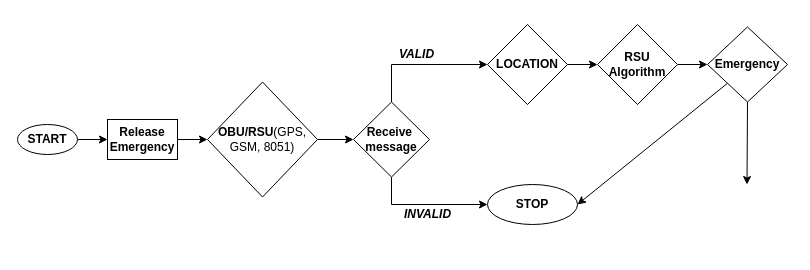
The draw.io diagram page "Page-1" (1 of 2) of WASN.drawio in sarthak100301/FlowCharts, before the edit. Source tidied: cells renumbered, new cells numbered last; positions are measured from the earlier drawing's top-left corner, leaving out a move shared by most shapes. Both pictures are drawn from the tidied source at 100%, with x=0, y=0 at pixel (17, 24).
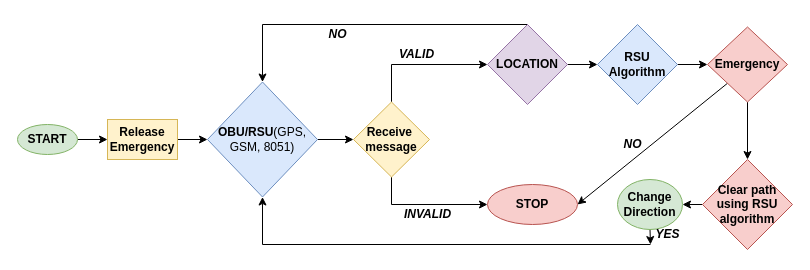
After the change.

Change to the diagram source:
```diff
@@
-    <mxCell id="3" value="&lt;b&gt;START&lt;/b&gt;" style="ellipse;whiteSpace=wrap;html=1;" parent="1" vertex="1">
+    <mxCell id="3" value="&lt;b&gt;START&lt;/b&gt;" style="ellipse;whiteSpace=wrap;html=1;fillColor=#d5e8d4;strokeColor=#82b366;" parent="1" vertex="1">
       <mxGeometry y="100" width="60" height="30" as="geometry" />
     </mxCell>
@@
-    <mxCell id="5" value="&lt;b&gt;Release Emergency&lt;/b&gt;" style="rounded=0;whiteSpace=wrap;html=1;" parent="1" vertex="1">
+    <mxCell id="5" value="&lt;b&gt;Release Emergency&lt;/b&gt;" style="rounded=0;whiteSpace=wrap;html=1;fillColor=#fff2cc;strokeColor=#d6b656;" parent="1" vertex="1">
       <mxGeometry x="90" y="95" width="70" height="40" as="geometry" />
     </mxCell>
@@
-    <mxCell id="7" value="&lt;b&gt;OBU/RSU&lt;/b&gt;(GPS, GSM, 8051)" style="rhombus;whiteSpace=wrap;html=1;" parent="1" vertex="1">
+    <mxCell id="7" value="&lt;b&gt;OBU/RSU&lt;/b&gt;(GPS, GSM, 8051)" style="rhombus;whiteSpace=wrap;html=1;fillColor=#dae8fc;strokeColor=#6c8ebf;" parent="1" vertex="1">
       <mxGeometry x="190" y="57.5" width="110" height="115" as="geometry" />
     </mxCell>
@@
-    <mxCell id="10" value="&lt;b&gt;Receive&amp;nbsp;&lt;br&gt;message&lt;/b&gt;" style="rhombus;whiteSpace=wrap;html=1;" parent="1" vertex="1">
+    <mxCell id="10" value="&lt;b&gt;Receive&amp;nbsp;&lt;br&gt;message&lt;/b&gt;" style="rhombus;whiteSpace=wrap;html=1;fillColor=#fff2cc;strokeColor=#d6b656;" parent="1" vertex="1">
       <mxGeometry x="336" y="77.5" width="76" height="75" as="geometry" />
     </mxCell>
@@
+    <mxCell id="21" style="edgeStyle=none;rounded=0;jettySize=auto;html=1;exitX=0.5;exitY=0;exitDx=0;exitDy=0;entryX=0.5;entryY=0;entryDx=0;entryDy=0;" parent="1" edge="1" source="14" target="7">
+      <mxGeometry relative="1" as="geometry">
+        <Array as="points">
+          <mxPoint x="245" />
+        </Array>
+      </mxGeometry>
+    </mxCell>
-    <mxCell id="14" value="&lt;b&gt;LOCATION&lt;/b&gt;" style="rhombus;whiteSpace=wrap;html=1;" parent="1" vertex="1">
+    <mxCell id="14" value="&lt;b&gt;LOCATION&lt;/b&gt;" style="rhombus;whiteSpace=wrap;html=1;fillColor=#e1d5e7;strokeColor=#9673a6;" parent="1" vertex="1">
       <mxGeometry x="470" width="80" height="80" as="geometry" />
     </mxCell>
@@
-    <mxCell id="16" value="&lt;b&gt;RSU Algorithm&lt;/b&gt;" style="rhombus;whiteSpace=wrap;html=1;" parent="1" vertex="1">
+    <mxCell id="16" value="&lt;b&gt;RSU Algorithm&lt;/b&gt;" style="rhombus;whiteSpace=wrap;html=1;fillColor=#dae8fc;strokeColor=#6c8ebf;" parent="1" vertex="1">
       <mxGeometry x="580" width="80" height="80" as="geometry" />
     </mxCell>
-    <mxCell id="17" value="&lt;b&gt;STOP&lt;/b&gt;" style="ellipse;whiteSpace=wrap;html=1;" parent="1" vertex="1">
+    <mxCell id="17" value="&lt;b&gt;STOP&lt;/b&gt;" style="ellipse;whiteSpace=wrap;html=1;fillColor=#f8cecc;strokeColor=#b85450;" parent="1" vertex="1">
       <mxGeometry x="470" y="160" width="90" height="40" as="geometry" />
     </mxCell>
-    <mxCell id="18" style="edgeStyle=none;rounded=0;jettySize=auto;html=1;exitX=0.5;exitY=1;exitDx=0;exitDy=0;" parent="1" edge="1" source="20">
-      <mxGeometry relative="1" as="geometry">
-        <mxPoint x="729.5" y="160" as="targetPoint" />
-      </mxGeometry>
-    </mxCell>
@@
+    <mxCell id="22" style="edgeStyle=none;rounded=0;jettySize=auto;html=1;exitX=0.5;exitY=1;exitDx=0;exitDy=0;entryX=0.5;entryY=0;entryDx=0;entryDy=0;" parent="1" edge="1" source="20" target="24">
+      <mxGeometry relative="1" as="geometry" />
+    </mxCell>
-    <mxCell id="20" value="&lt;b&gt;Emergency&lt;/b&gt;" style="rhombus;whiteSpace=wrap;html=1;" parent="1" vertex="1">
+    <mxCell id="20" value="&lt;b&gt;Emergency&lt;/b&gt;" style="rhombus;whiteSpace=wrap;html=1;fillColor=#f8cecc;strokeColor=#b85450;" parent="1" vertex="1">
       <mxGeometry x="690" y="2.5" width="80" height="75" as="geometry" />
     </mxCell>
+    <mxCell id="23" style="edgeStyle=none;rounded=0;jettySize=auto;html=1;exitX=0;exitY=0.5;exitDx=0;exitDy=0;entryX=1;entryY=0.5;entryDx=0;entryDy=0;" parent="1" edge="1" source="24" target="27">
+      <mxGeometry relative="1" as="geometry" />
+    </mxCell>
+    <mxCell id="24" value="&lt;b&gt;Clear path using RSU algorithm&lt;/b&gt;" style="rhombus;whiteSpace=wrap;html=1;fillColor=#f8cecc;strokeColor=#b85450;" parent="1" vertex="1">
+      <mxGeometry x="685" y="135" width="90" height="90" as="geometry" />
+    </mxCell>
+    <mxCell id="25" style="edgeStyle=none;rounded=0;jettySize=auto;html=1;entryX=0.5;entryY=1;entryDx=0;entryDy=0;" parent="1" edge="1" target="7">
+      <mxGeometry relative="1" as="geometry">
+        <mxPoint x="633" y="220" as="sourcePoint" />
+        <Array as="points">
+          <mxPoint x="245" y="220" />
+        </Array>
+      </mxGeometry>
+    </mxCell>
+    <mxCell id="26" style="edgeStyle=none;rounded=0;jettySize=auto;html=1;exitX=0.5;exitY=1;exitDx=0;exitDy=0;" parent="1" edge="1" source="27">
+      <mxGeometry relative="1" as="geometry">
+        <mxPoint x="633" y="220" as="targetPoint" />
+      </mxGeometry>
+    </mxCell>
+    <mxCell id="27" value="&lt;b&gt;Change Direction&lt;/b&gt;" style="ellipse;whiteSpace=wrap;html=1;fillColor=#d5e8d4;strokeColor=#82b366;" parent="1" vertex="1">
+      <mxGeometry x="600" y="155" width="65" height="50" as="geometry" />
+    </mxCell>
+    <mxCell id="28" value="&lt;b&gt;&lt;i&gt;YES&lt;/i&gt;&lt;/b&gt;" style="text;html=1;align=center;verticalAlign=middle;strokeColor=none;fillColor=none;" parent="1" vertex="1">
+      <mxGeometry x="630" y="200" width="40" height="20" as="geometry" />
+    </mxCell>
+    <mxCell id="29" value="&lt;b&gt;&lt;i&gt;NO&lt;/i&gt;&lt;/b&gt;" style="text;html=1;align=center;verticalAlign=middle;strokeColor=none;fillColor=none;" parent="1" vertex="1">
+      <mxGeometry x="305" width="30" height="20" as="geometry" />
+    </mxCell>
+    <mxCell id="30" value="&lt;b&gt;&lt;i&gt;NO&lt;/i&gt;&lt;/b&gt;" style="text;html=1;align=center;verticalAlign=middle;strokeColor=none;fillColor=none;" parent="1" vertex="1">
+      <mxGeometry x="600" y="110" width="30" height="20" as="geometry" />
+    </mxCell>
```
